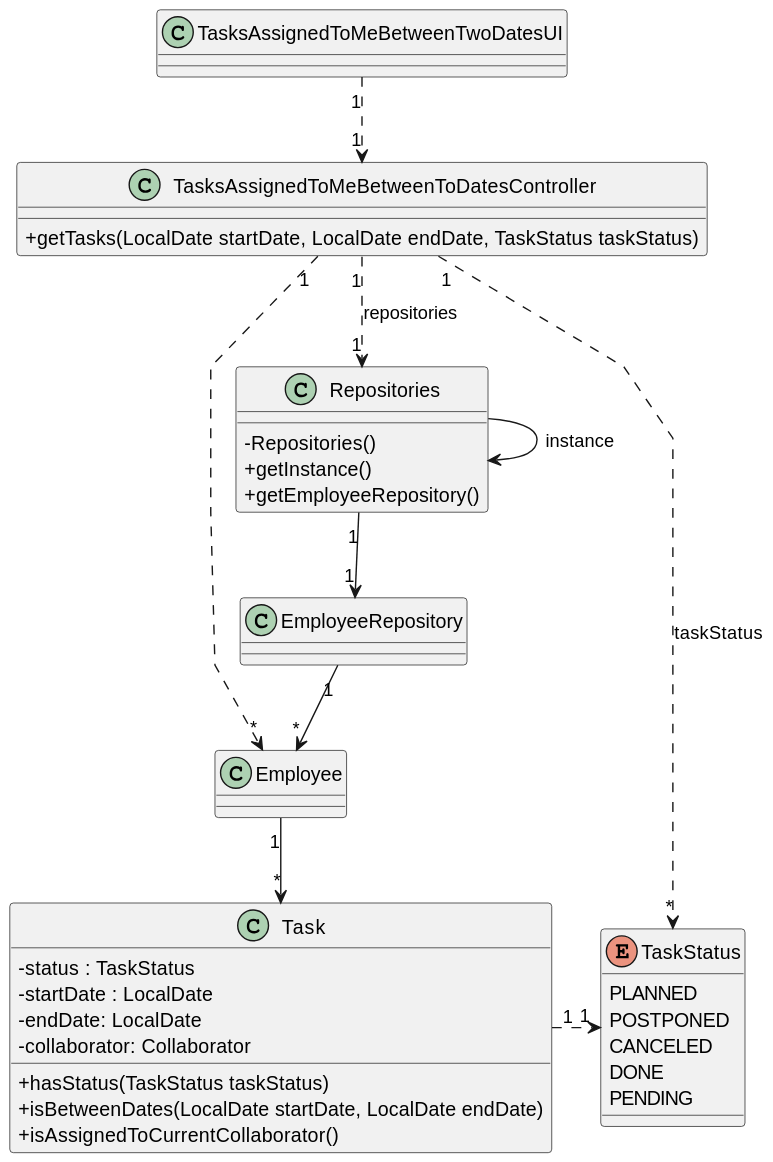
This is docs/sprintC/US028/03.design/svg/us028-class-diagram.svg from LopemigueISEP/lei-24-s2-1nb-g312, a PlantUML export, as it was before one commit.
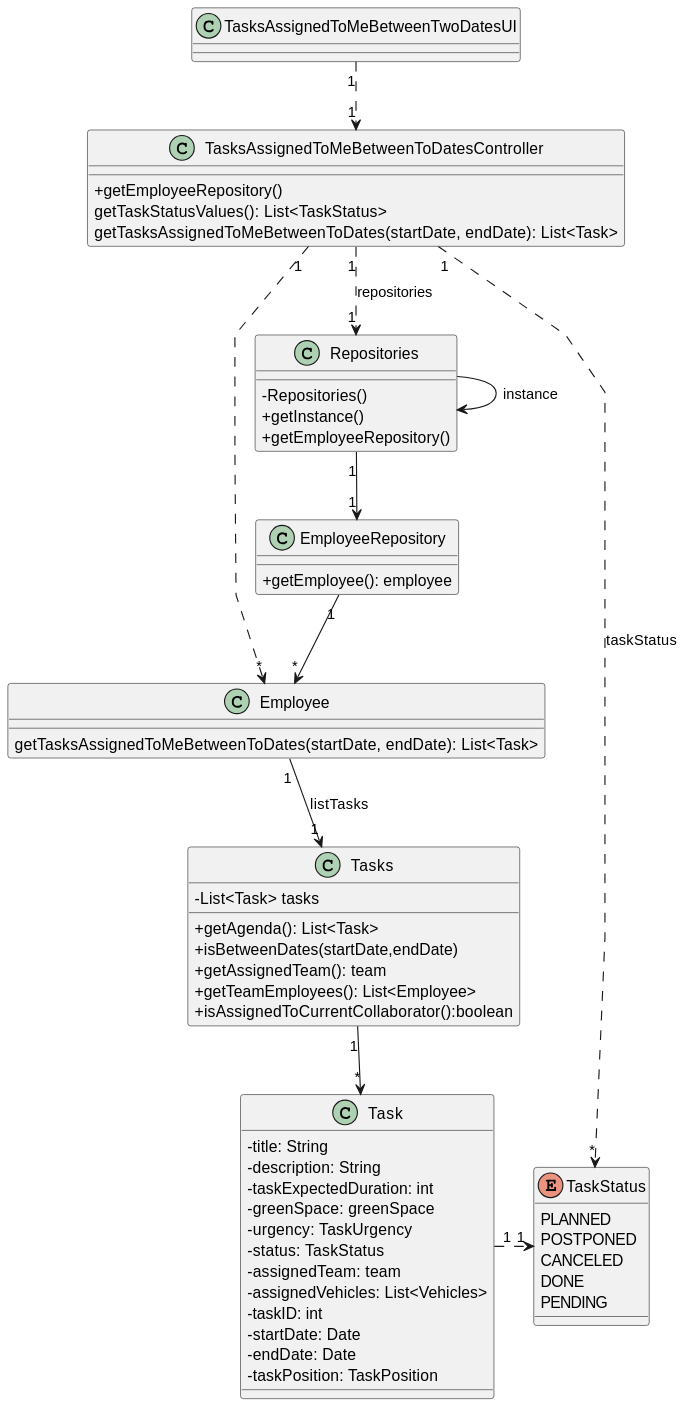
The same file after the commit.

Commit message:
US27 - class diagram update #9

Change to the diagram source:
```diff
@@ -12,8 +12,9 @@
 
 class TasksAssignedToMeBetweenToDatesController {
 
-
-    +getTasks(LocalDate startDate, LocalDate endDate, TaskStatus taskStatus)
+    +getEmployeeRepository()
+    getTaskStatusValues(): List<TaskStatus>
+    getTasksAssignedToMeBetweenToDates(startDate, endDate): List<Task>
 
 }
 
@@ -24,17 +25,37 @@
 }
 
 class EmployeeRepository {
+    +getEmployee(): employee
+}
+
+class Tasks{
+    - List<Task> tasks
+    +getAgenda(): List<Task>
+    +isBetweenDates(startDate,endDate)
+    +getAssignedTeam(): team
+    +getTeamEmployees(): List<Employee>
+    +isAssignedToCurrentCollaborator():boolean
 
 }
 
+
+
+
 class Task {
-    -status : TaskStatus
-    -startDate : LocalDate
-    -endDate: LocalDate
-    -collaborator: Collaborator
-    +hasStatus(TaskStatus taskStatus)
-    +isBetweenDates(LocalDate startDate, LocalDate endDate)
-    +isAssignedToCurrentCollaborator()
+
+     -title: String
+     -description: String
+     -taskExpectedDuration: int
+     -greenSpace: greenSpace
+     -urgency: TaskUrgency
+     -status: TaskStatus
+     -assignedTeam: team
+     -assignedVehicles: List<Vehicles>
+     -taskID: int
+     -startDate: Date
+     -endDate: Date
+     -taskPosition: TaskPosition
+
 }
 
 enum TaskStatus {
@@ -46,6 +67,7 @@
 }
 
 class Employee {
+getTasksAssignedToMeBetweenToDates(startDate, endDate): List<Task>
 }
 
 TasksAssignedToMeBetweenTwoDatesUI "1" ..> "1" TasksAssignedToMeBetweenToDatesController
@@ -56,6 +78,7 @@
 Repositories --> Repositories: instance
 Repositories "1" --> "1" EmployeeRepository
 EmployeeRepository "1" --> "*" Employee
-Employee "1" --> "*" Task
+Employee "1" --> "1" Tasks: listTasks
+Tasks "1" --> "*" Task
 Task "1" .> "1" TaskStatus
 @enduml
```
